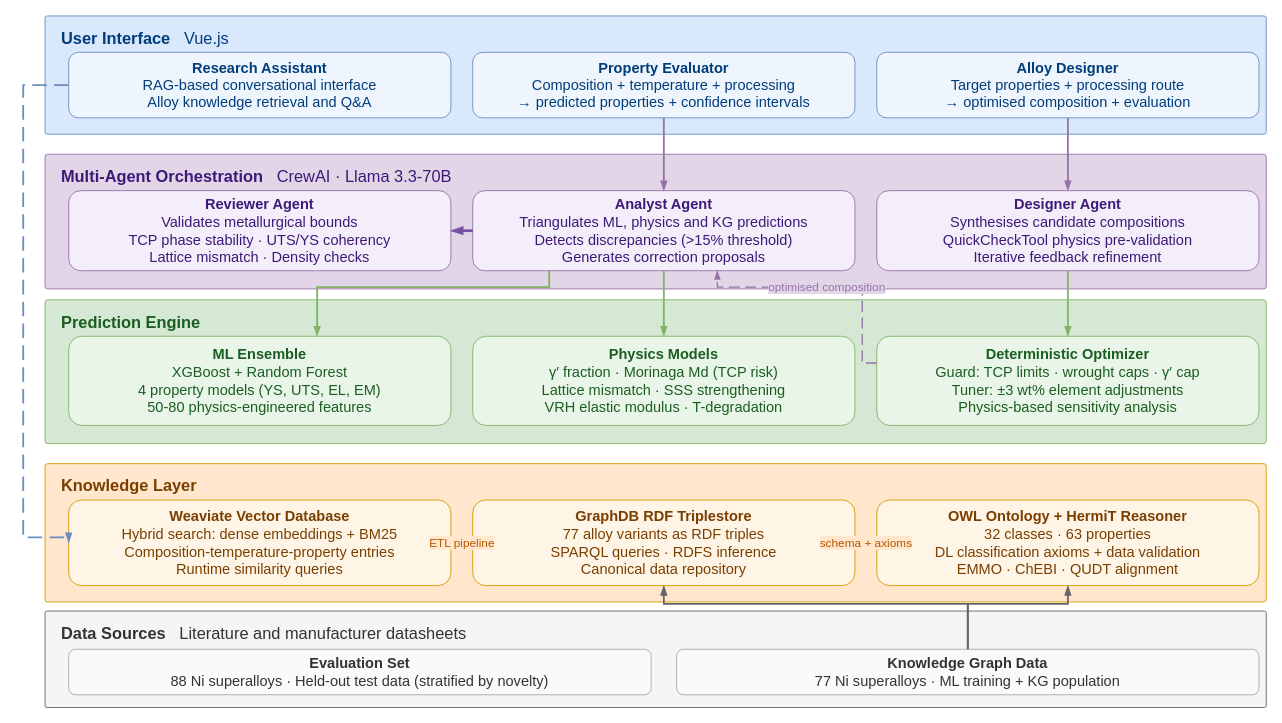
Earlier version of the draw.io diagram docs/paper/figures/fig1_system_architecture_big.drawio (AlexLecu/AlloyGraph). Source tidied: cells renumbered, new cells numbered last; positions are measured from the earlier drawing's top-left corner, leaving out a move shared by most shapes. Both pictures are drawn from the tidied source at 91%, with x=0, y=0 at pixel (23, 15).
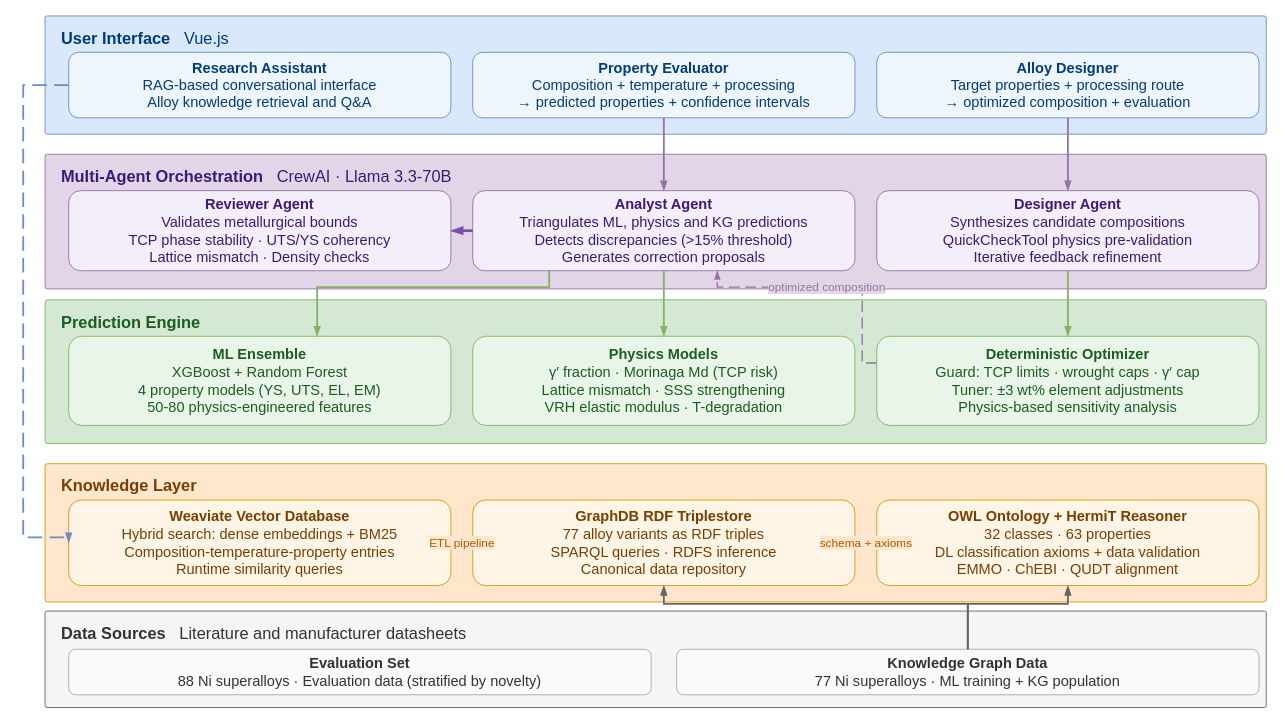
The same page after the edit.

Commit message (it also covers changes not shown here):
docs: paper figures, graphical abstract, manuscript number check

Unchanged cells that the change refers to:
```xml
<mxCell id="8" value="&lt;b&gt;Analyst Agent&lt;/b&gt;&lt;br&gt;&lt;font style='font-size:16px'&gt;Triangulates ML, physics and KG predictions&lt;br&gt;Detects discrepancies (&amp;gt;15% threshold)&lt;br&gt;Generates correction proposals&lt;/font&gt;" style="rounded=1;whiteSpace=wrap;html=1;fillColor=#f4eefb;strokeColor=#9673a6;fontColor=#3d1a78;fontSize=16;" parent="1" vertex="1">
  <mxGeometry x="494" y="192" width="420" height="88" as="geometry" />
</mxCell>
<mxCell id="14" value="&lt;b&gt;Deterministic Optimizer&lt;/b&gt;&lt;br&gt;&lt;font style='font-size:16px'&gt;Guard: TCP limits · wrought caps · γ′ cap&lt;br&gt;Tuner: ±3 wt% element adjustments&lt;br&gt;Physics-based sensitivity analysis&lt;/font&gt;" style="rounded=1;whiteSpace=wrap;html=1;fillColor=#eaf5e9;strokeColor=#82b366;fontColor=#1a5e20;fontSize=16;" parent="1" vertex="1">
  <mxGeometry x="938" y="352" width="420" height="98" as="geometry" />
</mxCell>
```

The edit, as a diff of the source:
```diff
@@
-    <mxCell id="5" value="&lt;b&gt;Alloy Designer&lt;/b&gt;&lt;br&gt;&lt;font style='font-size:16px'&gt;Target properties + processing route&lt;br&gt;→ optimised composition + evaluation&lt;/font&gt;" style="rounded=1;whiteSpace=wrap;html=1;fillColor=#eef5fc;strokeColor=#6c8ebf;fontColor=#023d7b;fontSize=16;" parent="1" vertex="1">
+    <mxCell id="5" value="&lt;b&gt;Alloy Designer&lt;/b&gt;&lt;br&gt;&lt;font style='font-size:16px'&gt;Target properties + processing route&lt;br&gt;→ optimized composition + evaluation&lt;/font&gt;" style="rounded=1;whiteSpace=wrap;html=1;fillColor=#eef5fc;strokeColor=#6c8ebf;fontColor=#023d7b;fontSize=16;" parent="1" vertex="1">
       <mxGeometry x="938" y="40" width="420" height="72" as="geometry" />
     </mxCell>
@@
-    <mxCell id="9" value="&lt;b&gt;Designer Agent&lt;/b&gt;&lt;br&gt;&lt;font style='font-size:16px'&gt;Synthesises candidate compositions&lt;br&gt;QuickCheckTool physics pre-validation&lt;br&gt;Iterative feedback refinement&lt;/font&gt;" style="rounded=1;whiteSpace=wrap;html=1;fillColor=#f4eefb;strokeColor=#9673a6;fontColor=#3d1a78;fontSize=16;" parent="1" vertex="1">
+    <mxCell id="9" value="&lt;b&gt;Designer Agent&lt;/b&gt;&lt;br&gt;&lt;font style='font-size:16px'&gt;Synthesizes candidate compositions&lt;br&gt;QuickCheckTool physics pre-validation&lt;br&gt;Iterative feedback refinement&lt;/font&gt;" style="rounded=1;whiteSpace=wrap;html=1;fillColor=#f4eefb;strokeColor=#9673a6;fontColor=#3d1a78;fontSize=16;" parent="1" vertex="1">
       <mxGeometry x="938" y="192" width="420" height="88" as="geometry" />
     </mxCell>
@@
-    <mxCell id="20" value="&lt;b&gt;Evaluation Set&lt;/b&gt;&lt;br&gt;&lt;font style='font-size:16px'&gt;88 Ni superalloys · Held-out test data (stratified by novelty)&lt;/font&gt;" style="rounded=1;whiteSpace=wrap;html=1;fillColor=#fafafa;strokeColor=#aaaaaa;fontColor=#333333;fontSize=16;" parent="1" vertex="1">
+    <mxCell id="20" value="&lt;b&gt;Evaluation Set&lt;/b&gt;&lt;br&gt;&lt;font style='font-size:16px'&gt;88 Ni superalloys · Evaluation data (stratified by novelty)&lt;/font&gt;" style="rounded=1;whiteSpace=wrap;html=1;fillColor=#fafafa;strokeColor=#aaaaaa;fontColor=#333333;fontSize=16;" parent="1" vertex="1">
       <mxGeometry x="50" y="696" width="640" height="50" as="geometry" />
     </mxCell>
@@
-    <mxCell id="27" value="optimised composition" style="edgeStyle=orthogonalEdgeStyle;rounded=0;html=1;strokeColor=#9673a6;strokeWidth=1.5;dashed=1;dashPattern=8 4;exitX=0;exitY=0.3;exitDx=0;exitDy=0;entryX=0.64;entryY=1;entryDx=0;entryDy=0;endArrow=blockThin;endFill=1;fontSize=13;fontColor=#9673a6;labelBackgroundColor=#e1d5e7;align=center;" parent="1" edge="1" source="14" target="8">
+    <mxCell id="27" value="optimized composition" style="edgeStyle=orthogonalEdgeStyle;rounded=0;html=1;strokeColor=#9673a6;strokeWidth=1.5;dashed=1;dashPattern=8 4;exitX=0;exitY=0.3;exitDx=0;exitDy=0;entryX=0.64;entryY=1;entryDx=0;entryDy=0;endArrow=blockThin;endFill=1;fontSize=13;fontColor=#9673a6;labelBackgroundColor=#e1d5e7;align=center;" parent="1" edge="1" source="14" target="8">
       <mxGeometry relative="1" as="geometry">
         <Array as="points">
           <mxPoint x="922" y="381" />
           <mxPoint x="922" y="298" />
           <mxPoint x="763" y="298" />
         </Array>
       </mxGeometry>
     </mxCell>
```
